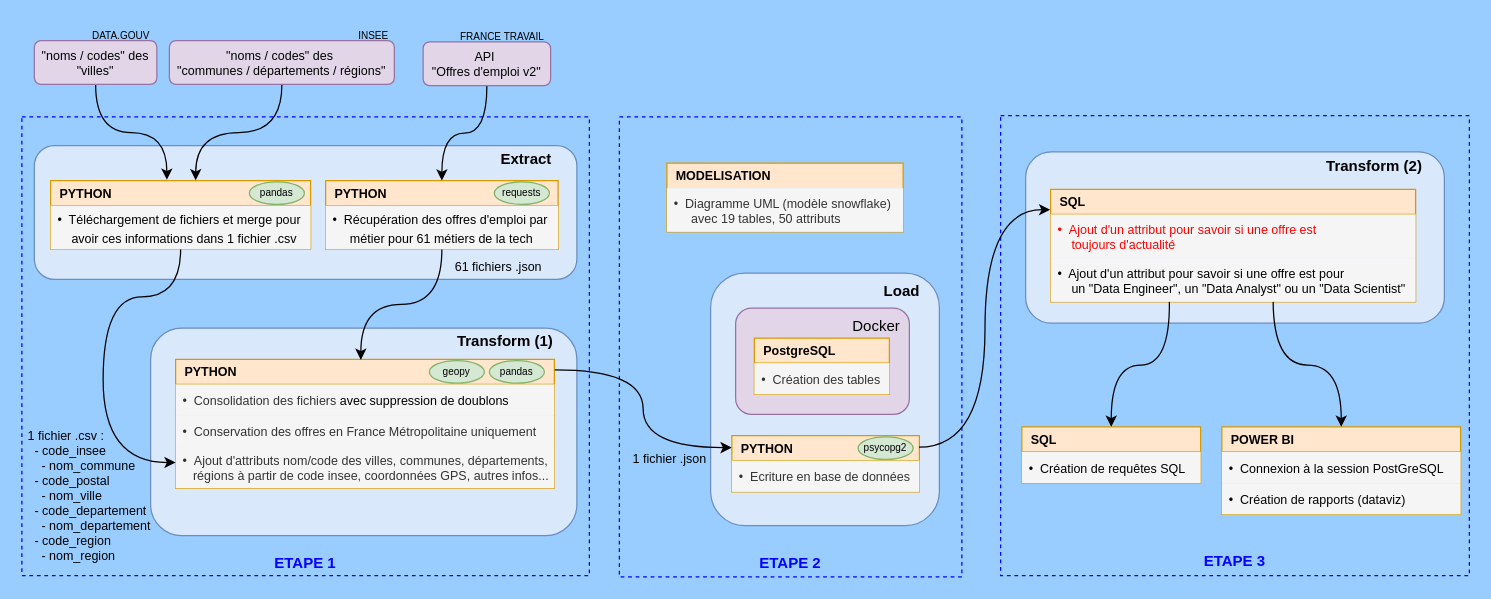
This is workflow.drawio from vimchun/Job-Market-in-France, a draw.io file, before an edit. Source tidied: cells renumbered, new cells numbered last; positions are measured from the earlier drawing's top-left corner, leaving out a move shared by most shapes. Both pictures are drawn from the tidied source at 125%, with x=0, y=0 at pixel (21, 21).
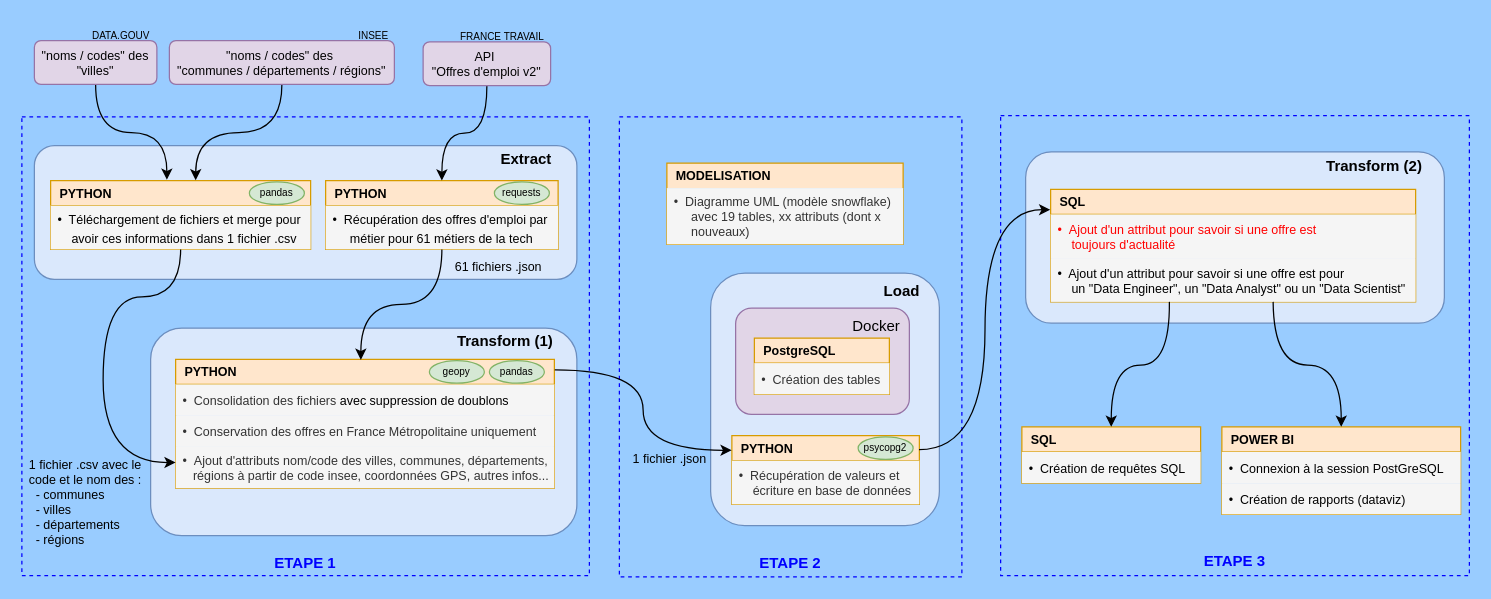
Above is the later version.

Commit message:
mise à jour workflow.drawio

What changed in the source:
```diff
@@
     <mxCell id="10" value="&lt;b&gt;&amp;nbsp; PYTHON&lt;/b&gt;" style="swimlane;fontStyle=0;horizontal=1;startSize=20;whiteSpace=wrap;html=1;fillColor=#ffe6cc;strokeColor=#d79b00;rounded=0;shadow=0;glass=0;align=left;verticalAlign=middle;fontFamily=Helvetica;fontSize=10;fontColor=default;" parent="1" vertex="1">
-      <mxGeometry x="568" y="331" width="150" height="45" as="geometry" />
+      <mxGeometry x="568" y="331" width="150" height="55" as="geometry" />
     </mxCell>
-    <mxCell id="11" value="•&amp;nbsp;&amp;nbsp;Ecriture en base de données" style="text;strokeColor=none;fillColor=#f5f5f5;align=left;verticalAlign=middle;spacingLeft=4;spacingRight=4;overflow=hidden;whiteSpace=wrap;html=1;fontFamily=Helvetica;fontSize=10;fontColor=#333333;fontStyle=0;" parent="10" vertex="1">
-      <mxGeometry y="20" width="150" height="25" as="geometry" />
+    <mxCell id="11" value="•&amp;nbsp; Récupération de valeurs et&amp;nbsp;&lt;div&gt;&amp;nbsp; &amp;nbsp; écriture en base de données&lt;/div&gt;" style="text;strokeColor=none;fillColor=#f5f5f5;align=left;verticalAlign=middle;spacingLeft=4;spacingRight=4;overflow=hidden;whiteSpace=wrap;html=1;fontFamily=Helvetica;fontSize=10;fontColor=#333333;fontStyle=0;" parent="10" vertex="1">
+      <mxGeometry y="20" width="150" height="35" as="geometry" />
     </mxCell>
     <mxCell id="12" value="&lt;b&gt;&amp;nbsp; MODELISATION&lt;/b&gt;" style="swimlane;fontStyle=0;horizontal=1;startSize=20;whiteSpace=wrap;html=1;fillColor=#ffe6cc;strokeColor=#D79B00;rounded=0;shadow=0;glass=0;align=left;verticalAlign=middle;fontFamily=Helvetica;fontSize=10;fontColor=default;swimlaneLine=0;gradientColor=none;" parent="1" vertex="1">
-      <mxGeometry x="516" y="113" width="189" height="55" as="geometry" />
+      <mxGeometry x="516" y="113" width="189" height="65" as="geometry" />
     </mxCell>
-    <mxCell id="13" value="•&amp;nbsp;&amp;nbsp;Diagramme UML (modèle snowflake)&lt;div&gt;&amp;nbsp; &amp;nbsp; &amp;nbsp;avec 19 tables, 50 attributs&amp;nbsp;&lt;/div&gt;" style="text;strokeColor=none;fillColor=#f5f5f5;align=left;verticalAlign=middle;spacingLeft=4;spacingRight=4;overflow=hidden;whiteSpace=wrap;html=1;fontFamily=Helvetica;fontSize=10;fontColor=#333333;fontStyle=0;" parent="12" vertex="1">
-      <mxGeometry y="20" width="189" height="35" as="geometry" />
+    <mxCell id="13" value="•&amp;nbsp;&amp;nbsp;Diagramme UML (modèle snowflake)&lt;div&gt;&amp;nbsp; &amp;nbsp; &amp;nbsp;avec 19 tables, xx attributs (dont x&amp;nbsp;&lt;/div&gt;&lt;div&gt;&amp;nbsp; &amp;nbsp; &amp;nbsp;nouveaux)&lt;/div&gt;" style="text;strokeColor=none;fillColor=#f5f5f5;align=left;verticalAlign=middle;spacingLeft=4;spacingRight=4;overflow=hidden;whiteSpace=wrap;html=1;fontFamily=Helvetica;fontSize=10;fontColor=#333333;fontStyle=0;" parent="12" vertex="1">
+      <mxGeometry y="20" width="189" height="45" as="geometry" />
     </mxCell>
@@
-    <mxCell id="41" value="1 fichier .csv :&lt;div&gt;&lt;div&gt;&amp;nbsp; - code_insee&lt;/div&gt;&lt;div&gt;&amp;nbsp; &amp;nbsp; - nom_commune&lt;/div&gt;&lt;div&gt;&amp;nbsp; - code_postal&lt;/div&gt;&lt;div&gt;&amp;nbsp; &amp;nbsp; - nom_ville&lt;/div&gt;&lt;div&gt;&amp;nbsp; - code_departement&lt;/div&gt;&lt;div&gt;&amp;nbsp; &amp;nbsp; - nom_departement&lt;/div&gt;&lt;div&gt;&amp;nbsp; - code_region&lt;/div&gt;&lt;div&gt;&amp;nbsp; &amp;nbsp; - nom_region&lt;/div&gt;&lt;/div&gt;" style="text;html=1;align=left;verticalAlign=middle;whiteSpace=wrap;rounded=0;fontSize=10;" parent="1" vertex="1">
-      <mxGeometry x="3" y="313" width="103" height="131" as="geometry" />
-    </mxCell>
@@
+    <mxCell id="55" value="1 fichier .csv avec le code et le nom des :&lt;div&gt;&lt;div&gt;&amp;nbsp; -&amp;nbsp;&lt;span style=&quot;background-color: transparent; color: light-dark(rgb(0, 0, 0), rgb(255, 255, 255));&quot;&gt;communes&lt;/span&gt;&lt;/div&gt;&lt;div&gt;&amp;nbsp; -&amp;nbsp;&lt;span style=&quot;background-color: transparent; color: light-dark(rgb(0, 0, 0), rgb(255, 255, 255));&quot;&gt;villes&lt;/span&gt;&lt;/div&gt;&lt;div&gt;&amp;nbsp; -&amp;nbsp;&lt;span style=&quot;background-color: transparent; color: light-dark(rgb(0, 0, 0), rgb(255, 255, 255));&quot;&gt;départements&lt;/span&gt;&lt;/div&gt;&lt;div&gt;&amp;nbsp; -&amp;nbsp;&lt;span style=&quot;background-color: transparent; color: light-dark(rgb(0, 0, 0), rgb(255, 255, 255));&quot;&gt;régions&lt;/span&gt;&lt;/div&gt;&lt;/div&gt;" style="text;html=1;align=left;verticalAlign=middle;whiteSpace=wrap;rounded=0;fontSize=10;" parent="1" vertex="1">
+      <mxGeometry x="4" y="345" width="99" height="77" as="geometry" />
+    </mxCell>
```
